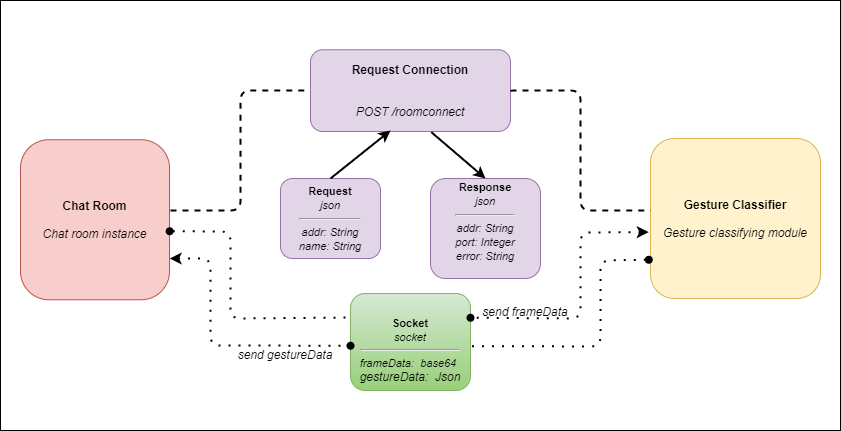
This is doc/classifier/rest.png from rotrocol/gezr, a draw.io export, as it was before one commit. Source tidied: cells renumbered, new cells last; positions are measured from the earlier drawing's top-left corner, leaving out a move shared by most shapes. Source of this version:
```xml
<mxGraphModel>
  <root>
    <mxCell id="0" />
    <mxCell id="1" parent="0" />
    <mxCell id="2" value="&lt;b&gt;Chat Room&lt;/b&gt;&lt;br&gt;&lt;br&gt;&lt;div style=&quot;text-align: left&quot;&gt;&lt;i&gt;Chat room instance&lt;/i&gt;&lt;/div&gt;" style="rounded=1;whiteSpace=wrap;html=1;strokeWidth=1;fillColor=#f8cecc;strokeColor=#b85450;arcSize=19;" parent="1" vertex="1">
      <mxGeometry x="20" y="139.2" width="149" height="160" as="geometry" />
    </mxCell>
    <mxCell id="3" value="&lt;b&gt;Gesture Classifier&lt;/b&gt;&lt;br&gt;&lt;br&gt;&lt;div style=&quot;text-align: left&quot;&gt;&lt;i&gt;Gesture classifying module&lt;/i&gt;&lt;/div&gt;" style="rounded=1;whiteSpace=wrap;html=1;strokeWidth=1;fillColor=#fff2cc;strokeColor=#d6b656;arcSize=15;" parent="1" vertex="1">
      <mxGeometry x="650" y="138" width="170" height="160" as="geometry" />
    </mxCell>
    <mxCell id="4" style="endArrow=none;dashed=1;html=1;entryX=0;entryY=0.5;entryDx=0;entryDy=0;strokeWidth=2;" parent="1" edge="1" target="5">
      <mxGeometry relative="1" as="geometry">
        <mxPoint x="170" y="210" as="sourcePoint" />
        <Array as="points">
          <mxPoint x="240" y="210" />
          <mxPoint x="240" y="90" />
        </Array>
      </mxGeometry>
    </mxCell>
    <mxCell id="5" value="&lt;b&gt;Request Connection&lt;br&gt;&lt;br&gt;&lt;br&gt;&lt;/b&gt;&lt;i&gt;POST /roomconnect&lt;/i&gt;" style="rounded=1;whiteSpace=wrap;html=1;fillColor=#e1d5e7;strokeColor=#9673a6;" parent="1" vertex="1">
      <mxGeometry x="310" y="49.2" width="200" height="81.8" as="geometry" />
    </mxCell>
    <mxCell id="6" style="endArrow=none;dashed=1;html=1;exitX=1;exitY=0.5;exitDx=0;exitDy=0;strokeWidth=2;" parent="1" edge="1" source="5">
      <mxGeometry relative="1" as="geometry">
        <mxPoint x="650" y="210" as="targetPoint" />
        <Array as="points">
          <mxPoint x="580" y="90" />
          <mxPoint x="580" y="210" />
        </Array>
      </mxGeometry>
    </mxCell>
    <mxCell id="7" value="&lt;font style=&quot;font-size: 11px&quot;&gt;&lt;b&gt;&lt;font style=&quot;font-size: 11px&quot;&gt;&lt;font style=&quot;font-size: 11px&quot;&gt;Request&lt;/font&gt;&lt;br&gt;&lt;/font&gt;&lt;/b&gt;&lt;i&gt;json&lt;/i&gt;&lt;br&gt;&lt;/font&gt;&lt;hr style=&quot;font-size: 11px&quot;&gt;&lt;i style=&quot;font-size: 11px&quot;&gt;&lt;font style=&quot;font-size: 11px&quot;&gt;addr: String&lt;br&gt;name: String&lt;/font&gt;&lt;br&gt;&lt;/i&gt;" style="rounded=1;whiteSpace=wrap;html=1;fillColor=#e1d5e7;strokeColor=#9673a6;" parent="1" vertex="1">
      <mxGeometry x="280" y="178" width="100" height="80" as="geometry" />
    </mxCell>
    <mxCell id="8" value="&lt;font style=&quot;font-size: 11px&quot;&gt;&lt;b&gt;&lt;font style=&quot;font-size: 11px&quot;&gt;&lt;font style=&quot;font-size: 11px&quot;&gt;Response&lt;/font&gt;&lt;br&gt;&lt;/font&gt;&lt;/b&gt;&lt;i&gt;json&lt;/i&gt;&lt;br&gt;&lt;/font&gt;&lt;hr style=&quot;font-size: 11px&quot;&gt;&lt;span style=&quot;font-size: 11px&quot;&gt;&lt;i&gt;addr: String&lt;br&gt;port: Integer&lt;br&gt;error: String&lt;br&gt;&lt;br&gt;&lt;/i&gt;&lt;/span&gt;" style="rounded=1;whiteSpace=wrap;html=1;fillColor=#e1d5e7;strokeColor=#9673a6;" parent="1" vertex="1">
      <mxGeometry x="430" y="178" width="110" height="100" as="geometry" />
    </mxCell>
    <mxCell id="9" style="endArrow=classic;html=1;strokeWidth=2;exitX=0.5;exitY=0;exitDx=0;exitDy=0;" parent="1" edge="1" source="7">
      <mxGeometry relative="1" as="geometry">
        <mxPoint x="390" y="130" as="targetPoint" />
      </mxGeometry>
    </mxCell>
    <mxCell id="10" style="endArrow=classic;html=1;strokeWidth=2;entryX=0.5;entryY=0;entryDx=0;entryDy=0;exitX=0.604;exitY=1.008;exitDx=0;exitDy=0;exitPerimeter=0;" parent="1" edge="1" source="5" target="8">
      <mxGeometry relative="1" as="geometry" />
    </mxCell>
    <mxCell id="11" value="&lt;font style=&quot;font-size: 11px&quot;&gt;&lt;br&gt;&lt;br&gt;&lt;b&gt;Socket&lt;br&gt;&lt;/b&gt;&lt;i&gt;socket&lt;br&gt;&lt;/i&gt;&lt;hr&gt;&lt;/font&gt;&lt;div style=&quot;text-align: left ; font-size: 11px&quot;&gt;&lt;font style=&quot;font-size: 11px&quot;&gt;&lt;i&gt;frameData:&amp;nbsp; base64&lt;/i&gt;&lt;/font&gt;&lt;/div&gt;&lt;div style=&quot;text-align: left&quot;&gt;&lt;i&gt;gestureData:&amp;nbsp; Json&lt;/i&gt;&lt;/div&gt;&lt;div style=&quot;text-align: left&quot;&gt;&lt;br&gt;&lt;/div&gt;" style="rounded=1;whiteSpace=wrap;html=1;gradientColor=#97d077;fillColor=#d5e8d4;strokeColor=#82b366;" parent="1" vertex="1">
      <mxGeometry x="350" y="293" width="120" height="97" as="geometry" />
    </mxCell>
    <mxCell id="12" style="endArrow=none;dashed=1;html=1;strokeWidth=2;dashPattern=1 4;exitX=1.001;exitY=0.572;exitDx=0;exitDy=0;exitPerimeter=0;startArrow=oval;startFill=1;endFill=0;" parent="1" edge="1" source="2">
      <mxGeometry relative="1" as="geometry">
        <mxPoint x="350" y="317" as="targetPoint" />
        <Array as="points">
          <mxPoint x="230" y="231" />
          <mxPoint x="230" y="318" />
        </Array>
      </mxGeometry>
    </mxCell>
    <mxCell id="13" style="endArrow=oval;dashed=1;html=1;strokeWidth=2;dashPattern=1 4;exitX=-0.01;exitY=0.585;exitDx=0;exitDy=0;exitPerimeter=0;startArrow=classic;startFill=1;endFill=1;entryX=1;entryY=0.25;entryDx=0;entryDy=0;" parent="1" edge="1" source="3" target="11">
      <mxGeometry relative="1" as="geometry">
        <Array as="points">
          <mxPoint x="580" y="232" />
          <mxPoint x="580" y="318" />
        </Array>
      </mxGeometry>
    </mxCell>
    <mxCell id="14" style="endArrow=oval;dashed=1;html=1;entryX=0;entryY=0.25;entryDx=0;entryDy=0;strokeWidth=2;dashPattern=1 4;exitX=1.001;exitY=0.572;exitDx=0;exitDy=0;exitPerimeter=0;startArrow=classic;startFill=1;endFill=1;" parent="1" edge="1">
      <mxGeometry relative="1" as="geometry">
        <mxPoint x="169.1" y="258" as="sourcePoint" />
        <mxPoint x="350" y="345.2" as="targetPoint" />
        <Array as="points">
          <mxPoint x="210" y="258" />
          <mxPoint x="210" y="345" />
        </Array>
      </mxGeometry>
    </mxCell>
    <mxCell id="15" style="endArrow=none;dashed=1;html=1;strokeWidth=2;dashPattern=1 4;exitX=-0.01;exitY=0.585;exitDx=0;exitDy=0;exitPerimeter=0;entryX=1;entryY=0.25;entryDx=0;entryDy=0;startArrow=oval;startFill=1;endFill=0;" parent="1" edge="1">
      <mxGeometry relative="1" as="geometry">
        <mxPoint x="648.3" y="259.3" as="sourcePoint" />
        <mxPoint x="470" y="345.7" as="targetPoint" />
        <Array as="points">
          <mxPoint x="600" y="260" />
          <mxPoint x="600" y="346" />
        </Array>
      </mxGeometry>
    </mxCell>
    <mxCell id="16" value="&lt;i&gt;send frameData&lt;/i&gt;" style="text;html=1;strokeColor=none;fillColor=none;align=center;verticalAlign=middle;whiteSpace=wrap;rounded=0;" parent="1" vertex="1">
      <mxGeometry x="460" y="310" width="130" as="geometry" />
    </mxCell>
    <mxCell id="17" value="&lt;i&gt;send gestureData&lt;/i&gt;" style="text;html=1;strokeColor=none;fillColor=none;align=center;verticalAlign=middle;whiteSpace=wrap;rounded=0;" parent="1" vertex="1">
      <mxGeometry x="220" y="353.2" width="130" as="geometry" />
    </mxCell>
    <mxCell id="18" style="rounded=0;whiteSpace=wrap;html=1;fillColor=none;" parent="1" vertex="1">
      <mxGeometry width="840" height="430" as="geometry" />
    </mxCell>
  </root>
</mxGraphModel>
```
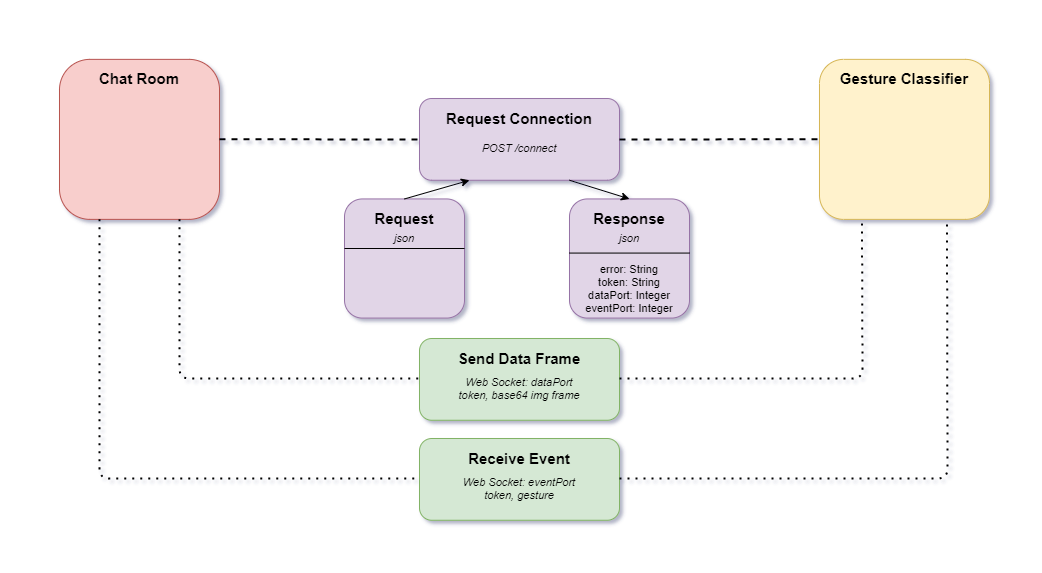
After the commit.

Diff of the diagram source:
```diff
@@ -2,95 +2,111 @@
   <root>
     <mxCell id="0" />
     <mxCell id="1" parent="0" />
-    <mxCell id="2" value="&lt;b&gt;Chat Room&lt;/b&gt;&lt;br&gt;&lt;br&gt;&lt;div style=&quot;text-align: left&quot;&gt;&lt;i&gt;Chat room instance&lt;/i&gt;&lt;/div&gt;" style="rounded=1;whiteSpace=wrap;html=1;strokeWidth=1;fillColor=#f8cecc;strokeColor=#b85450;arcSize=19;" parent="1" vertex="1">
-      <mxGeometry x="20" y="139.2" width="149" height="160" as="geometry" />
+    <mxCell id="2" style="rounded=1;whiteSpace=wrap;html=1;strokeWidth=1;fillColor=#f8cecc;strokeColor=#b85450;arcSize=19;" parent="1" vertex="1">
+      <mxGeometry x="70" y="-589.1" width="160" height="160" as="geometry" />
     </mxCell>
-    <mxCell id="3" value="&lt;b&gt;Gesture Classifier&lt;/b&gt;&lt;br&gt;&lt;br&gt;&lt;div style=&quot;text-align: left&quot;&gt;&lt;i&gt;Gesture classifying module&lt;/i&gt;&lt;/div&gt;" style="rounded=1;whiteSpace=wrap;html=1;strokeWidth=1;fillColor=#fff2cc;strokeColor=#d6b656;arcSize=15;" parent="1" vertex="1">
-      <mxGeometry x="650" y="138" width="170" height="160" as="geometry" />
+    <mxCell id="3" style="rounded=1;whiteSpace=wrap;html=1;strokeWidth=1;fillColor=#fff2cc;strokeColor=#d6b656;arcSize=15;" parent="1" vertex="1">
+      <mxGeometry x="830" y="-589.1" width="170" height="160" as="geometry" />
     </mxCell>
-    <mxCell id="4" style="endArrow=none;dashed=1;html=1;entryX=0;entryY=0.5;entryDx=0;entryDy=0;strokeWidth=2;" parent="1" edge="1" target="5">
-      <mxGeometry relative="1" as="geometry">
-        <mxPoint x="170" y="210" as="sourcePoint" />
-        <Array as="points">
-          <mxPoint x="240" y="210" />
-          <mxPoint x="240" y="90" />
-        </Array>
-      </mxGeometry>
-    </mxCell>
-    <mxCell id="5" value="&lt;b&gt;Request Connection&lt;br&gt;&lt;br&gt;&lt;br&gt;&lt;/b&gt;&lt;i&gt;POST /roomconnect&lt;/i&gt;" style="rounded=1;whiteSpace=wrap;html=1;fillColor=#e1d5e7;strokeColor=#9673a6;" parent="1" vertex="1">
-      <mxGeometry x="310" y="49.2" width="200" height="81.8" as="geometry" />
+    <mxCell id="5" style="rounded=1;whiteSpace=wrap;html=1;fillColor=#e1d5e7;strokeColor=#9673a6;" parent="1" vertex="1">
+      <mxGeometry x="430" y="-550" width="200" height="81.8" as="geometry" />
     </mxCell>
-    <mxCell id="6" style="endArrow=none;dashed=1;html=1;exitX=1;exitY=0.5;exitDx=0;exitDy=0;strokeWidth=2;" parent="1" edge="1" source="5">
-      <mxGeometry relative="1" as="geometry">
-        <mxPoint x="650" y="210" as="targetPoint" />
-        <Array as="points">
-          <mxPoint x="580" y="90" />
-          <mxPoint x="580" y="210" />
-        </Array>
-      </mxGeometry>
-    </mxCell>
-    <mxCell id="7" value="&lt;font style=&quot;font-size: 11px&quot;&gt;&lt;b&gt;&lt;font style=&quot;font-size: 11px&quot;&gt;&lt;font style=&quot;font-size: 11px&quot;&gt;Request&lt;/font&gt;&lt;br&gt;&lt;/font&gt;&lt;/b&gt;&lt;i&gt;json&lt;/i&gt;&lt;br&gt;&lt;/font&gt;&lt;hr style=&quot;font-size: 11px&quot;&gt;&lt;i style=&quot;font-size: 11px&quot;&gt;&lt;font style=&quot;font-size: 11px&quot;&gt;addr: String&lt;br&gt;name: String&lt;/font&gt;&lt;br&gt;&lt;/i&gt;" style="rounded=1;whiteSpace=wrap;html=1;fillColor=#e1d5e7;strokeColor=#9673a6;" parent="1" vertex="1">
-      <mxGeometry x="280" y="178" width="100" height="80" as="geometry" />
+    <mxCell id="7" value="&lt;i style=&quot;font-size: 11px&quot;&gt;&lt;br&gt;&lt;/i&gt;" style="rounded=1;whiteSpace=wrap;html=1;fillColor=#e1d5e7;strokeColor=#9673a6;" parent="1" vertex="1">
+      <mxGeometry x="355" y="-449.6" width="120" height="119.1" as="geometry" />
     </mxCell>
-    <mxCell id="8" value="&lt;font style=&quot;font-size: 11px&quot;&gt;&lt;b&gt;&lt;font style=&quot;font-size: 11px&quot;&gt;&lt;font style=&quot;font-size: 11px&quot;&gt;Response&lt;/font&gt;&lt;br&gt;&lt;/font&gt;&lt;/b&gt;&lt;i&gt;json&lt;/i&gt;&lt;br&gt;&lt;/font&gt;&lt;hr style=&quot;font-size: 11px&quot;&gt;&lt;span style=&quot;font-size: 11px&quot;&gt;&lt;i&gt;addr: String&lt;br&gt;port: Integer&lt;br&gt;error: String&lt;br&gt;&lt;br&gt;&lt;/i&gt;&lt;/span&gt;" style="rounded=1;whiteSpace=wrap;html=1;fillColor=#e1d5e7;strokeColor=#9673a6;" parent="1" vertex="1">
-      <mxGeometry x="430" y="178" width="110" height="100" as="geometry" />
+    <mxCell id="8" value="&lt;span style=&quot;font-size: 11px&quot;&gt;&lt;i&gt;&lt;br&gt;&lt;/i&gt;&lt;/span&gt;" style="rounded=1;whiteSpace=wrap;html=1;fillColor=#e1d5e7;strokeColor=#9673a6;" parent="1" vertex="1">
+      <mxGeometry x="580" y="-449.6" width="120" height="119.1" as="geometry" />
     </mxCell>
-    <mxCell id="9" style="endArrow=classic;html=1;strokeWidth=2;exitX=0.5;exitY=0;exitDx=0;exitDy=0;" parent="1" edge="1" source="7">
-      <mxGeometry relative="1" as="geometry">
-        <mxPoint x="390" y="130" as="targetPoint" />
-      </mxGeometry>
-    </mxCell>
+    <mxCell id="19" style="endArrow=none;dashed=1;html=1;exitX=1;exitY=0.5;exitDx=0;exitDy=0;entryX=0;entryY=0.5;entryDx=0;entryDy=0;strokeWidth=2;" parent="1" edge="1" source="5" target="3">
+      <mxGeometry relative="1" as="geometry" />
+    </mxCell>
+    <mxCell id="20" style="endArrow=none;dashed=1;html=1;exitX=1;exitY=0.5;exitDx=0;exitDy=0;entryX=0;entryY=0.5;entryDx=0;entryDy=0;strokeWidth=2;" parent="1" edge="1" source="2" target="5">
+      <mxGeometry relative="1" as="geometry" />
+    </mxCell>
+    <mxCell id="21" value="&lt;font style=&quot;font-size: 15px&quot;&gt;&lt;b&gt;Chat Room&lt;/b&gt;&lt;/font&gt;" style="text;html=1;strokeColor=none;fillColor=none;align=center;verticalAlign=middle;whiteSpace=wrap;rounded=0;" parent="1" vertex="1">
+      <mxGeometry x="80" y="-580" width="140" height="20" as="geometry" />
+    </mxCell>
+    <mxCell id="22" value="&lt;span style=&quot;font-size: 15px&quot;&gt;&lt;b&gt;Gesture Classifier&lt;/b&gt;&lt;/span&gt;" style="text;html=1;strokeColor=none;fillColor=none;align=center;verticalAlign=middle;whiteSpace=wrap;rounded=0;" parent="1" vertex="1">
+      <mxGeometry x="830" y="-580" width="170" height="20" as="geometry" />
+    </mxCell>
+    <mxCell id="23" value="Request Connection" style="text;html=1;strokeColor=none;fillColor=none;align=center;verticalAlign=middle;whiteSpace=wrap;rounded=0;fontStyle=1;fontSize=15;" parent="1" vertex="1">
+      <mxGeometry x="430" y="-540" width="200" height="20" as="geometry" />
+    </mxCell>
+    <mxCell id="24" value="POST /connect" style="text;html=1;strokeColor=none;fillColor=none;align=center;verticalAlign=middle;whiteSpace=wrap;rounded=0;fontSize=11;fontStyle=2;" parent="1" vertex="1">
+      <mxGeometry x="430" y="-510" width="200" height="20" as="geometry" />
+    </mxCell>
+    <mxCell id="25" value="&lt;b&gt;&lt;font style=&quot;font-size: 15px&quot;&gt;Request&lt;/font&gt;&lt;/b&gt;" style="text;html=1;strokeColor=none;fillColor=none;align=center;verticalAlign=middle;whiteSpace=wrap;rounded=0;fontSize=11;" parent="1" vertex="1">
+      <mxGeometry x="355" y="-440.4" width="120" height="20" as="geometry" />
+    </mxCell>
+    <mxCell id="26" value="&lt;b&gt;&lt;font style=&quot;font-size: 15px&quot;&gt;Response&lt;/font&gt;&lt;/b&gt;" style="text;html=1;strokeColor=none;fillColor=none;align=center;verticalAlign=middle;whiteSpace=wrap;rounded=0;fontSize=11;" parent="1" vertex="1">
+      <mxGeometry x="580" y="-440.4" width="120" height="20" as="geometry" />
+    </mxCell>
+    <mxCell id="27" style="line;strokeWidth=1;html=1;perimeter=backbonePerimeter;fontSize=11;" parent="1" vertex="1">
+      <mxGeometry x="355" y="-405" width="120" height="10" as="geometry" />
+    </mxCell>
+    <mxCell id="28" style="line;strokeWidth=1;html=1;perimeter=backbonePerimeter;fontSize=11;" parent="1" vertex="1">
+      <mxGeometry x="580" y="-400.4" width="120" height="10" as="geometry" />
+    </mxCell>
+    <mxCell id="29" value="&lt;i&gt;json&lt;/i&gt;" style="text;html=1;strokeColor=none;fillColor=none;align=center;verticalAlign=middle;whiteSpace=wrap;rounded=0;fontSize=11;" parent="1" vertex="1">
+      <mxGeometry x="355" y="-420.4" width="120" height="20" as="geometry" />
+    </mxCell>
+    <mxCell id="30" value="&lt;i&gt;json&lt;/i&gt;" style="text;html=1;strokeColor=none;fillColor=none;align=center;verticalAlign=middle;whiteSpace=wrap;rounded=0;fontSize=11;" parent="1" vertex="1">
+      <mxGeometry x="580" y="-420.4" width="120" height="20" as="geometry" />
+    </mxCell>
+    <mxCell id="31" value="error: String&lt;br&gt;token: String&lt;br&gt;dataPort: Integer&lt;br&gt;eventPort: Integer" style="text;html=1;strokeColor=none;fillColor=none;align=center;verticalAlign=middle;whiteSpace=wrap;rounded=0;fontSize=11;" parent="1" vertex="1">
+      <mxGeometry x="580" y="-390.4" width="120" height="60" as="geometry" />
+    </mxCell>
+    <mxCell id="32" style="endArrow=classic;html=1;fontSize=11;exitX=0.5;exitY=0;exitDx=0;exitDy=0;entryX=0.25;entryY=1;entryDx=0;entryDy=0;" parent="1" edge="1" source="7" target="5">
+      <mxGeometry relative="1" as="geometry" />
+    </mxCell>
-    <mxCell id="10" style="endArrow=classic;html=1;strokeWidth=2;entryX=0.5;entryY=0;entryDx=0;entryDy=0;exitX=0.604;exitY=1.008;exitDx=0;exitDy=0;exitPerimeter=0;" parent="1" edge="1" source="5" target="8">
+    <mxCell id="10" style="endArrow=classic;html=1;fontSize=11;exitX=0.75;exitY=1;exitDx=0;exitDy=0;entryX=0.5;entryY=0;entryDx=0;entryDy=0;" parent="1" edge="1" source="5" target="8">
       <mxGeometry relative="1" as="geometry" />
     </mxCell>
-    <mxCell id="11" value="&lt;font style=&quot;font-size: 11px&quot;&gt;&lt;br&gt;&lt;br&gt;&lt;b&gt;Socket&lt;br&gt;&lt;/b&gt;&lt;i&gt;socket&lt;br&gt;&lt;/i&gt;&lt;hr&gt;&lt;/font&gt;&lt;div style=&quot;text-align: left ; font-size: 11px&quot;&gt;&lt;font style=&quot;font-size: 11px&quot;&gt;&lt;i&gt;frameData:&amp;nbsp; base64&lt;/i&gt;&lt;/font&gt;&lt;/div&gt;&lt;div style=&quot;text-align: left&quot;&gt;&lt;i&gt;gestureData:&amp;nbsp; Json&lt;/i&gt;&lt;/div&gt;&lt;div style=&quot;text-align: left&quot;&gt;&lt;br&gt;&lt;/div&gt;" style="rounded=1;whiteSpace=wrap;html=1;gradientColor=#97d077;fillColor=#d5e8d4;strokeColor=#82b366;" parent="1" vertex="1">
-      <mxGeometry x="350" y="293" width="120" height="97" as="geometry" />
-    </mxCell>
-    <mxCell id="12" style="endArrow=none;dashed=1;html=1;strokeWidth=2;dashPattern=1 4;exitX=1.001;exitY=0.572;exitDx=0;exitDy=0;exitPerimeter=0;startArrow=oval;startFill=1;endFill=0;" parent="1" edge="1" source="2">
-      <mxGeometry relative="1" as="geometry">
-        <mxPoint x="350" y="317" as="targetPoint" />
-        <Array as="points">
-          <mxPoint x="230" y="231" />
-          <mxPoint x="230" y="318" />
-        </Array>
-      </mxGeometry>
-    </mxCell>
-    <mxCell id="13" style="endArrow=oval;dashed=1;html=1;strokeWidth=2;dashPattern=1 4;exitX=-0.01;exitY=0.585;exitDx=0;exitDy=0;exitPerimeter=0;startArrow=classic;startFill=1;endFill=1;entryX=1;entryY=0.25;entryDx=0;entryDy=0;" parent="1" edge="1" source="3" target="11">
-      <mxGeometry relative="1" as="geometry">
-        <Array as="points">
-          <mxPoint x="580" y="232" />
-          <mxPoint x="580" y="318" />
-        </Array>
-      </mxGeometry>
-    </mxCell>
-    <mxCell id="14" style="endArrow=oval;dashed=1;html=1;entryX=0;entryY=0.25;entryDx=0;entryDy=0;strokeWidth=2;dashPattern=1 4;exitX=1.001;exitY=0.572;exitDx=0;exitDy=0;exitPerimeter=0;startArrow=classic;startFill=1;endFill=1;" parent="1" edge="1">
-      <mxGeometry relative="1" as="geometry">
-        <mxPoint x="169.1" y="258" as="sourcePoint" />
-        <mxPoint x="350" y="345.2" as="targetPoint" />
-        <Array as="points">
-          <mxPoint x="210" y="258" />
-          <mxPoint x="210" y="345" />
-        </Array>
-      </mxGeometry>
-    </mxCell>
-    <mxCell id="15" style="endArrow=none;dashed=1;html=1;strokeWidth=2;dashPattern=1 4;exitX=-0.01;exitY=0.585;exitDx=0;exitDy=0;exitPerimeter=0;entryX=1;entryY=0.25;entryDx=0;entryDy=0;startArrow=oval;startFill=1;endFill=0;" parent="1" edge="1">
-      <mxGeometry relative="1" as="geometry">
-        <mxPoint x="648.3" y="259.3" as="sourcePoint" />
-        <mxPoint x="470" y="345.7" as="targetPoint" />
-        <Array as="points">
-          <mxPoint x="600" y="260" />
-          <mxPoint x="600" y="346" />
-        </Array>
-      </mxGeometry>
-    </mxCell>
-    <mxCell id="16" value="&lt;i&gt;send frameData&lt;/i&gt;" style="text;html=1;strokeColor=none;fillColor=none;align=center;verticalAlign=middle;whiteSpace=wrap;rounded=0;" parent="1" vertex="1">
-      <mxGeometry x="460" y="310" width="130" as="geometry" />
-    </mxCell>
-    <mxCell id="17" value="&lt;i&gt;send gestureData&lt;/i&gt;" style="text;html=1;strokeColor=none;fillColor=none;align=center;verticalAlign=middle;whiteSpace=wrap;rounded=0;" parent="1" vertex="1">
-      <mxGeometry x="220" y="353.2" width="130" as="geometry" />
-    </mxCell>
-    <mxCell id="18" style="rounded=0;whiteSpace=wrap;html=1;fillColor=none;" parent="1" vertex="1">
-      <mxGeometry width="840" height="430" as="geometry" />
-    </mxCell>
+    <mxCell id="33" style="rounded=1;whiteSpace=wrap;html=1;fillColor=#d5e8d4;strokeColor=#82b366;" parent="1" vertex="1">
+      <mxGeometry x="430" y="-310" width="200" height="81.8" as="geometry" />
+    </mxCell>
+    <mxCell id="34" value="Send Data Frame" style="text;html=1;strokeColor=none;fillColor=none;align=center;verticalAlign=middle;whiteSpace=wrap;rounded=0;fontStyle=1;fontSize=15;" parent="1" vertex="1">
+      <mxGeometry x="430" y="-300" width="200" height="20" as="geometry" />
+    </mxCell>
+    <mxCell id="35" value="Web Socket: dataPort&lt;br&gt;token, base64 img frame" style="text;html=1;strokeColor=none;fillColor=none;align=center;verticalAlign=middle;whiteSpace=wrap;rounded=0;fontSize=11;fontStyle=2;" parent="1" vertex="1">
+      <mxGeometry x="430" y="-270" width="200" height="20" as="geometry" />
+    </mxCell>
+    <mxCell id="36" style="rounded=1;whiteSpace=wrap;html=1;fillColor=#d5e8d4;strokeColor=#82b366;" parent="1" vertex="1">
+      <mxGeometry x="430" y="-210" width="200" height="81.8" as="geometry" />
+    </mxCell>
+    <mxCell id="37" value="Receive Event" style="text;html=1;strokeColor=none;fillColor=none;align=center;verticalAlign=middle;whiteSpace=wrap;rounded=0;fontStyle=1;fontSize=15;" parent="1" vertex="1">
+      <mxGeometry x="430" y="-200" width="200" height="20" as="geometry" />
+    </mxCell>
+    <mxCell id="38" value="Web Socket: eventPort&lt;br&gt;token, gesture" style="text;html=1;strokeColor=none;fillColor=none;align=center;verticalAlign=middle;whiteSpace=wrap;rounded=0;fontSize=11;fontStyle=2;" parent="1" vertex="1">
+      <mxGeometry x="430" y="-170" width="200" height="20" as="geometry" />
+    </mxCell>
+    <mxCell id="39" style="endArrow=none;dashed=1;html=1;dashPattern=1 3;strokeWidth=2;fontSize=11;exitX=0.75;exitY=1;exitDx=0;exitDy=0;entryX=0;entryY=0;entryDx=0;entryDy=0;" parent="1" edge="1" source="2" target="35">
+      <mxGeometry relative="1" as="geometry">
+        <Array as="points">
+          <mxPoint x="190" y="-270" />
+        </Array>
+      </mxGeometry>
+    </mxCell>
+    <mxCell id="40" style="endArrow=none;dashed=1;html=1;dashPattern=1 3;strokeWidth=2;fontSize=11;exitX=1;exitY=0;exitDx=0;exitDy=0;entryX=0.25;entryY=1;entryDx=0;entryDy=0;" parent="1" edge="1" source="35" target="3">
+      <mxGeometry relative="1" as="geometry">
+        <Array as="points">
+          <mxPoint x="873" y="-270" />
+        </Array>
+      </mxGeometry>
+    </mxCell>
+    <mxCell id="41" style="endArrow=none;dashed=1;html=1;dashPattern=1 3;strokeWidth=2;fontSize=11;exitX=0.25;exitY=1;exitDx=0;exitDy=0;entryX=0;entryY=0;entryDx=0;entryDy=0;" parent="1" edge="1" source="2" target="38">
+      <mxGeometry relative="1" as="geometry">
+        <Array as="points">
+          <mxPoint x="110" y="-170" />
+        </Array>
+      </mxGeometry>
+    </mxCell>
+    <mxCell id="42" style="endArrow=none;dashed=1;html=1;dashPattern=1 3;strokeWidth=2;fontSize=11;entryX=0.75;entryY=1;entryDx=0;entryDy=0;exitX=1;exitY=0;exitDx=0;exitDy=0;" parent="1" edge="1" source="38" target="3">
+      <mxGeometry relative="1" as="geometry">
+        <Array as="points">
+          <mxPoint x="958" y="-170" />
+        </Array>
+      </mxGeometry>
+    </mxCell>
   </root>
 </mxGraphModel>
```
